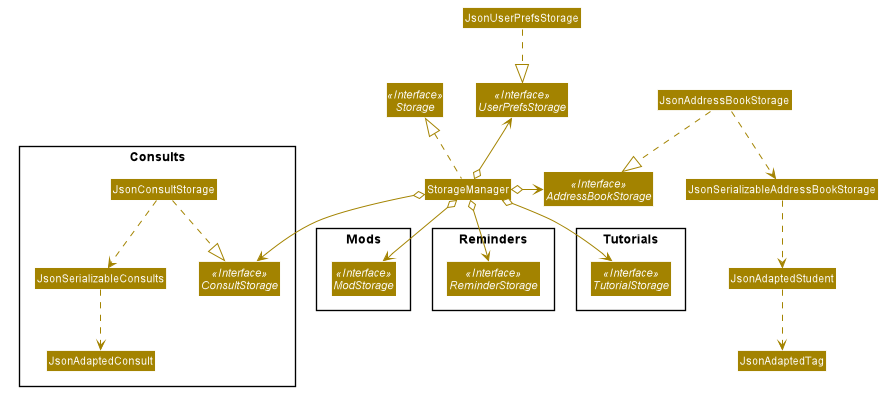
The PlantUML diagram images/StorageClassDiagram.png in AY1920-CS2103-W15-3/addressbook-level3, before a commit. Source of this version:
```plantuml
@startuml









skinparam BackgroundColor #FFFFFFF

skinparam Shadowing false

skinparam Class {
    FontColor #FFFFFF
    BorderThickness 1
    BorderColor #FFFFFF
    StereotypeFontColor #FFFFFF
    FontName Arial
}

skinparam Actor {
    BorderColor #000000
    Color #000000
    FontName Arial
}

skinparam Sequence {
    MessageAlign center
    BoxFontSize 15
    BoxPadding 0
    BoxFontColor #FFFFFF
    FontName Arial
}

skinparam Participant {
    FontColor #FFFFFFF
    Padding 20
}

skinparam MinClassWidth 50
skinparam ParticipantPadding 10
skinparam Shadowing false
skinparam DefaultTextAlignment center
skinparam packageStyle Rectangle

hide footbox
hide members
hide circle
skinparam arrowThickness 1.1
skinparam arrowColor #A38300
skinparam classBackgroundColor #A38300

Interface Storage <<Interface>>
Interface UserPrefsStorage <<Interface>>
Interface AddressBookStorage <<Interface>>

Class StorageManager
Class JsonUserPrefsStorage
Class JsonAddressBookStorage

Package Consults {
Interface ConsultStorage <<Interface>>
Class JsonAdaptedConsult
Class JsonConsultStorage
Class JsonSerializableConsults
}

Package Mods {
Interface ModStorage <<Interface>>
}

Package Reminders {
Interface ReminderStorage <<Interface>>
}

Package Tutorials {
Interface TutorialStorage <<Interface>>
}

StorageManager .up.|> Storage
StorageManager o-up-> UserPrefsStorage
StorageManager o-right-> AddressBookStorage
StorageManager o--> ConsultStorage
StorageManager o--> ModStorage
StorageManager o--> ReminderStorage
StorageManager o--> TutorialStorage

JsonUserPrefsStorage ..|> UserPrefsStorage

JsonAddressBookStorage ..|> AddressBookStorage
JsonAddressBookStorage ..> JsonSerializableAddressBookStorage
JsonSerializableAddressBookStorage ..> JsonAdaptedStudent
JsonAdaptedStudent ..> JsonAdaptedTag

JsonConsultStorage ..|> ConsultStorage
JsonConsultStorage ..> JsonSerializableConsults
JsonSerializableConsults ..> JsonAdaptedConsult

@enduml
```
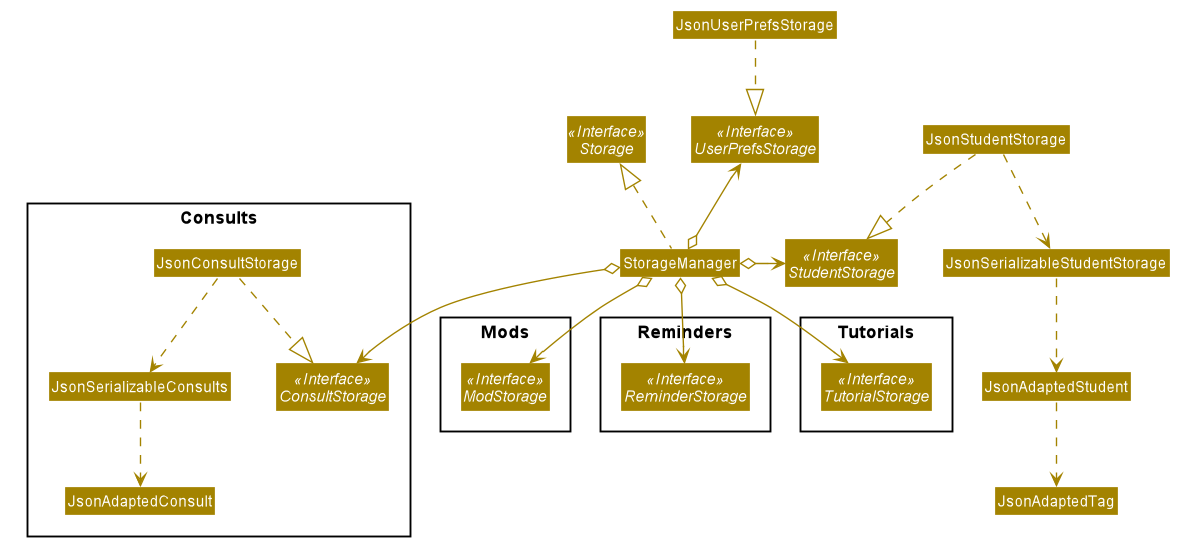
Later version of the same file.

Diff of the diagram source:
```diff
@@ -1,4 +1,6 @@
 @startuml
+
+
 
 
 
@@ -54,11 +56,11 @@
 
 Interface Storage <<Interface>>
 Interface UserPrefsStorage <<Interface>>
-Interface AddressBookStorage <<Interface>>
+Interface StudentStorage <<Interface>>
 
 Class StorageManager
 Class JsonUserPrefsStorage
-Class JsonAddressBookStorage
+Class JsonStudentStorage
 
 Package Consults {
 Interface ConsultStorage <<Interface>>
@@ -81,7 +83,7 @@
 
 StorageManager .up.|> Storage
 StorageManager o-up-> UserPrefsStorage
-StorageManager o-right-> AddressBookStorage
+StorageManager o-right-> StudentStorage
 StorageManager o--> ConsultStorage
 StorageManager o--> ModStorage
 StorageManager o--> ReminderStorage
@@ -89,9 +91,9 @@
 
 JsonUserPrefsStorage ..|> UserPrefsStorage
 
-JsonAddressBookStorage ..|> AddressBookStorage
-JsonAddressBookStorage ..> JsonSerializableAddressBookStorage
-JsonSerializableAddressBookStorage ..> JsonAdaptedStudent
+JsonStudentStorage ..|> StudentStorage
+JsonStudentStorage ..> JsonSerializableStudentStorage
+JsonSerializableStudentStorage ..> JsonAdaptedStudent
 JsonAdaptedStudent ..> JsonAdaptedTag
 
 JsonConsultStorage ..|> ConsultStorage
```
